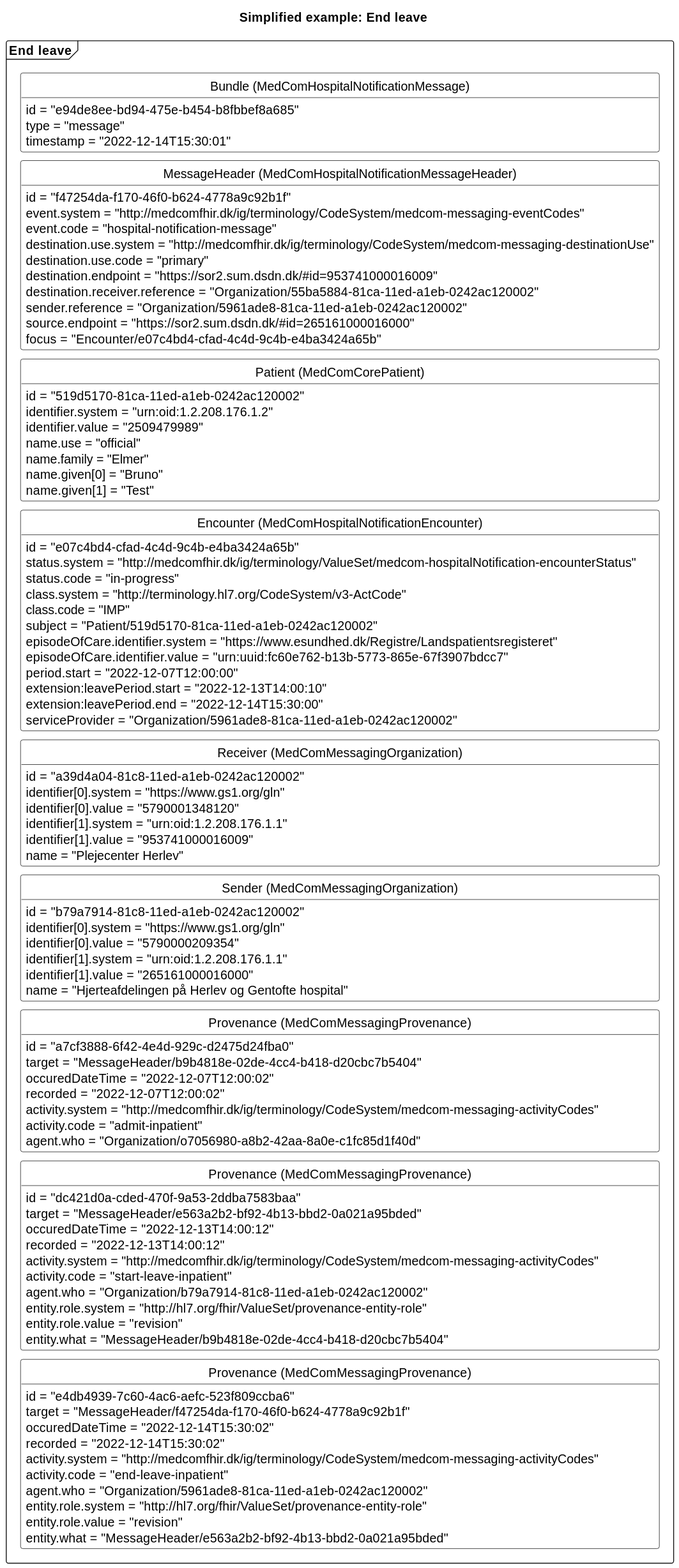
This is input/images/hospitalnotification/HNendOnleave.svg from medcomdk/dk-medcom-hospitalnotification, a PlantUML export, as it was before one commit. The source it was exported from:
```plantuml
@startuml HNendOnleave

skinparam class {
    BackgroundColor White
    BorderColor Black
    ArrowColor Black
  }
hide circle
hide empty members
skinparam SameClassWidth true
skinparam Ranksep 10


title Simplified example: End leave


package "End leave" as endOnleave <<Frame>> {
    class "Bundle (MedComHospitalNotificationMessage)" as endOnleaveB{
        id = "e94de8ee-bd94-475e-b454-b8fbbef8a685"
        type = "message"
        timestamp = "2022-12-14T15:30:01"
    }
    class "MessageHeader (MedComHospitalNotificationMessageHeader)" as endOnleaveMH{
        id = "f47254da-f170-46f0-b624-4778a9c92b1f"
        event.system = "http://medcomfhir.dk/ig/terminology/CodeSystem/medcom-messaging-eventCodes"
        event.code = "hospital-notification-message"
        destination.use.system = "http://medcomfhir.dk/ig/terminology/CodeSystem/medcom-messaging-destinationUse"
        destination.use.code = "primary"
        destination.endpoint = "https://sor2.sum.dsdn.dk/#id=953741000016009"
        destination.receiver.reference = "Organization/55ba5884-81ca-11ed-a1eb-0242ac120002"
        sender.reference = "Organization/5961ade8-81ca-11ed-a1eb-0242ac120002"
        source.endpoint = "https://sor2.sum.dsdn.dk/#id=265161000016000"
        focus = "Encounter/e07c4bd4-cfad-4c4d-9c4b-e4ba3424a65b"
    }
    class "Patient (MedComCorePatient)" as endOnleavePT{
        id = "519d5170-81ca-11ed-a1eb-0242ac120002"
        identifier.system = "urn:oid:1.2.208.176.1.2"
        identifier.value = "2509479989"
        name.use = "official"
        name.family = "Elmer"
        name.given[0] = "Bruno"
        name.given[1] = "Test"
    }
    class "Encounter (MedComHospitalNotificationEncounter)" as endOnleaveENC{
        id = "e07c4bd4-cfad-4c4d-9c4b-e4ba3424a65b"
        status.system = "http://medcomfhir.dk/ig/terminology/ValueSet/medcom-hospitalNotification-encounterStatus"
        status.code = "in-progress"
        class.system = "http://terminology.hl7.org/CodeSystem/v3-ActCode"
        class.code = "IMP"
        subject = "Patient/519d5170-81ca-11ed-a1eb-0242ac120002"
        episodeOfCare.identifier.system = "https://www.esundhed.dk/Registre/Landspatientsregisteret"
        episodeOfCare.identifier.value = "urn:uuid:fc60e762-b13b-5773-865e-67f3907bdcc7"
        period.start = "2022-12-07T12:00:00"
        extension:leavePeriod.start = "2022-12-13T14:00:10"
        extension:leavePeriod.end = "2022-12-14T15:30:00"
        serviceProvider = "Organization/5961ade8-81ca-11ed-a1eb-0242ac120002"
    }
class "Receiver (MedComMessagingOrganization)" as endOnleaveROrg{
        id = "a39d4a04-81c8-11ed-a1eb-0242ac120002"
        identifier[0].system = "https://www.gs1.org/gln"
        identifier[0].value = "5790001348120"
        identifier[1].system = "urn:oid:1.2.208.176.1.1"
        identifier[1].value = "953741000016009"
        name = "Plejecenter Herlev"
    }
    class "Sender (MedComMessagingOrganization)" as endOnleaveSOrg{
        id = "b79a7914-81c8-11ed-a1eb-0242ac120002"
        identifier[0].system = "https://www.gs1.org/gln"
        identifier[0].value = "5790000209354"
        identifier[1].system = "urn:oid:1.2.208.176.1.1"
        identifier[1].value = "265161000016000"
        name = "Hjerteafdelingen på Herlev og Gentofte hospital"
    }
    class "Provenance  (MedComMessagingProvenance)" as admitPRO{
        id = "a7cf3888-6f42-4e4d-929c-d2475d24fba0"
        target = "MessageHeader/b9b4818e-02de-4cc4-b418-d20cbc7b5404"
        occuredDateTime = "2022-12-07T12:00:02"
        recorded = "2022-12-07T12:00:02"
        activity.system = "http://medcomfhir.dk/ig/terminology/CodeSystem/medcom-messaging-activityCodes"
        activity.code = "admit-inpatient"
        agent.who = "Organization/o7056980-a8b2-42aa-8a0e-c1fc85d1f40d"
    }
    class "Provenance  (MedComMessagingProvenance)" as startOnleavePRO{
        id = "dc421d0a-cded-470f-9a53-2ddba7583baa"
        target = "MessageHeader/e563a2b2-bf92-4b13-bbd2-0a021a95bded"
        occuredDateTime = "2022-12-13T14:00:12"
        recorded = "2022-12-13T14:00:12"
        activity.system = "http://medcomfhir.dk/ig/terminology/CodeSystem/medcom-messaging-activityCodes"
        activity.code = "start-leave-inpatient"
        agent.who = "Organization/b79a7914-81c8-11ed-a1eb-0242ac120002"
        entity.role.system = "http://hl7.org/fhir/ValueSet/provenance-entity-role"
        entity.role.value = "revision"
        entity.what = "MessageHeader/b9b4818e-02de-4cc4-b418-d20cbc7b5404"
    }
    class "Provenance  (MedComMessagingProvenance)" as endOnleavePRO{
        id = "e4db4939-7c60-4ac6-aefc-523f809ccba6"
        target = "MessageHeader/f47254da-f170-46f0-b624-4778a9c92b1f"
        occuredDateTime = "2022-12-14T15:30:02"
        recorded = "2022-12-14T15:30:02"
        activity.system = "http://medcomfhir.dk/ig/terminology/CodeSystem/medcom-messaging-activityCodes"
        activity.code = "end-leave-inpatient"
        agent.who = "Organization/5961ade8-81ca-11ed-a1eb-0242ac120002"
        entity.role.system = "http://hl7.org/fhir/ValueSet/provenance-entity-role"
        entity.role.value = "revision"
        entity.what = "MessageHeader/e563a2b2-bf92-4b13-bbd2-0a021a95bded"
    }
endOnleaveB -[hidden]- endOnleaveMH
endOnleaveMH-[hidden]-endOnleavePT
endOnleavePT-[hidden]-endOnleaveENC
endOnleaveENC-[hidden]-endOnleaveROrg
endOnleaveROrg-[hidden]-endOnleaveSOrg
endOnleaveSOrg-[hidden]-admitPRO
admitPRO-[hidden]-startOnleavePRO
startOnleavePRO-[hidden]-endOnleavePRO

}



@enduml
```
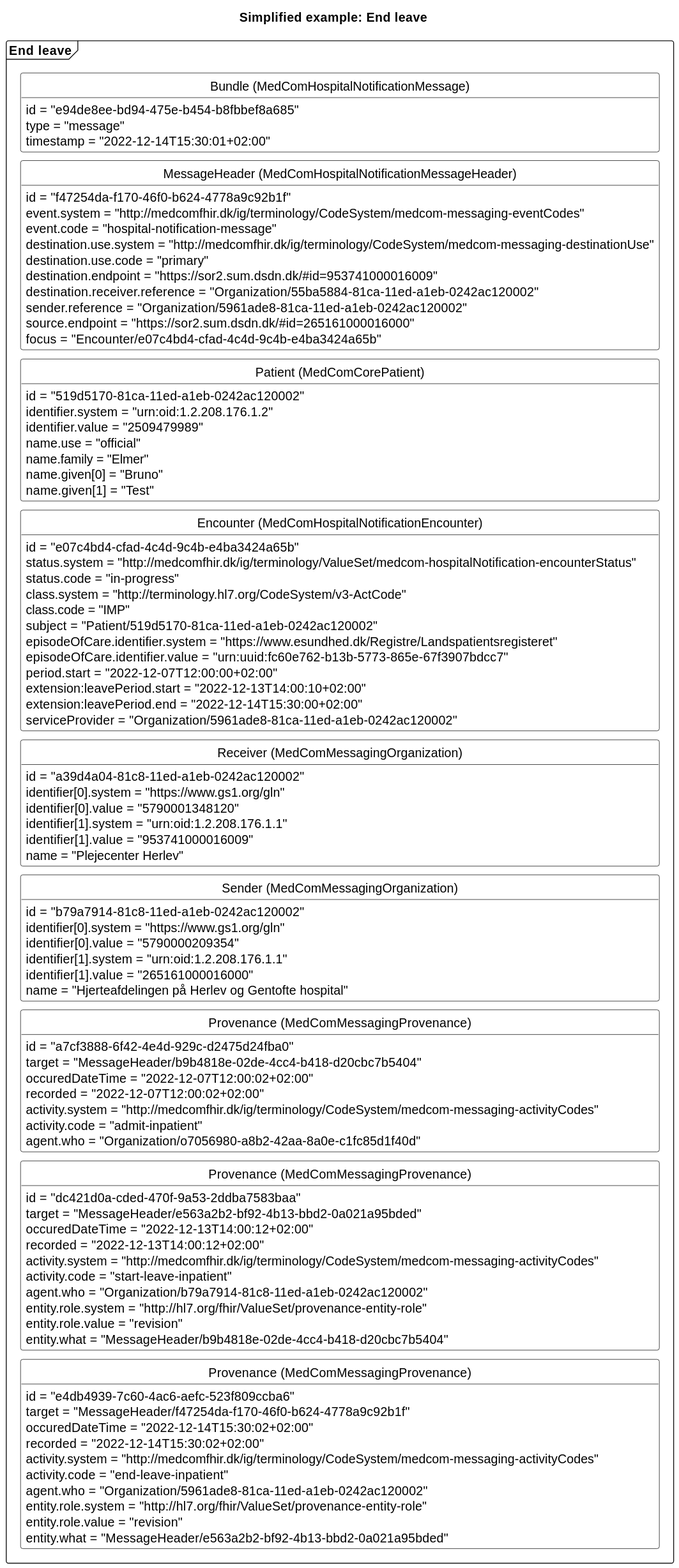
The same file after the commit.

Diff of the diagram source:
```diff
@@ -18,7 +18,7 @@
     class "Bundle (MedComHospitalNotificationMessage)" as endOnleaveB{
         id = "e94de8ee-bd94-475e-b454-b8fbbef8a685"
         type = "message"
-        timestamp = "2022-12-14T15:30:01"
+        timestamp = "2022-12-14T15:30:01+02:00"
     }
     class "MessageHeader (MedComHospitalNotificationMessageHeader)" as endOnleaveMH{
         id = "f47254da-f170-46f0-b624-4778a9c92b1f"
@@ -50,9 +50,9 @@
         subject = "Patient/519d5170-81ca-11ed-a1eb-0242ac120002"
         episodeOfCare.identifier.system = "https://www.esundhed.dk/Registre/Landspatientsregisteret"
         episodeOfCare.identifier.value = "urn:uuid:fc60e762-b13b-5773-865e-67f3907bdcc7"
-        period.start = "2022-12-07T12:00:00"
-        extension:leavePeriod.start = "2022-12-13T14:00:10"
-        extension:leavePeriod.end = "2022-12-14T15:30:00"
+        period.start = "2022-12-07T12:00:00+02:00"
+        extension:leavePeriod.start = "2022-12-13T14:00:10+02:00"
+        extension:leavePeriod.end = "2022-12-14T15:30:00+02:00"
         serviceProvider = "Organization/5961ade8-81ca-11ed-a1eb-0242ac120002"
     }
 class "Receiver (MedComMessagingOrganization)" as endOnleaveROrg{
@@ -74,8 +74,8 @@
     class "Provenance  (MedComMessagingProvenance)" as admitPRO{
         id = "a7cf3888-6f42-4e4d-929c-d2475d24fba0"
         target = "MessageHeader/b9b4818e-02de-4cc4-b418-d20cbc7b5404"
-        occuredDateTime = "2022-12-07T12:00:02"
-        recorded = "2022-12-07T12:00:02"
+        occuredDateTime = "2022-12-07T12:00:02+02:00"
+        recorded = "2022-12-07T12:00:02+02:00"
         activity.system = "http://medcomfhir.dk/ig/terminology/CodeSystem/medcom-messaging-activityCodes"
         activity.code = "admit-inpatient"
         agent.who = "Organization/o7056980-a8b2-42aa-8a0e-c1fc85d1f40d"
@@ -83,8 +83,8 @@
     class "Provenance  (MedComMessagingProvenance)" as startOnleavePRO{
         id = "dc421d0a-cded-470f-9a53-2ddba7583baa"
         target = "MessageHeader/e563a2b2-bf92-4b13-bbd2-0a021a95bded"
-        occuredDateTime = "2022-12-13T14:00:12"
-        recorded = "2022-12-13T14:00:12"
+        occuredDateTime = "2022-12-13T14:00:12+02:00"
+        recorded = "2022-12-13T14:00:12+02:00"
         activity.system = "http://medcomfhir.dk/ig/terminology/CodeSystem/medcom-messaging-activityCodes"
         activity.code = "start-leave-inpatient"
         agent.who = "Organization/b79a7914-81c8-11ed-a1eb-0242ac120002"
@@ -95,8 +95,8 @@
     class "Provenance  (MedComMessagingProvenance)" as endOnleavePRO{
         id = "e4db4939-7c60-4ac6-aefc-523f809ccba6"
         target = "MessageHeader/f47254da-f170-46f0-b624-4778a9c92b1f"
-        occuredDateTime = "2022-12-14T15:30:02"
-        recorded = "2022-12-14T15:30:02"
+        occuredDateTime = "2022-12-14T15:30:02+02:00"
+        recorded = "2022-12-14T15:30:02+02:00"
         activity.system = "http://medcomfhir.dk/ig/terminology/CodeSystem/medcom-messaging-activityCodes"
         activity.code = "end-leave-inpatient"
         agent.who = "Organization/5961ade8-81ca-11ed-a1eb-0242ac120002"
```
